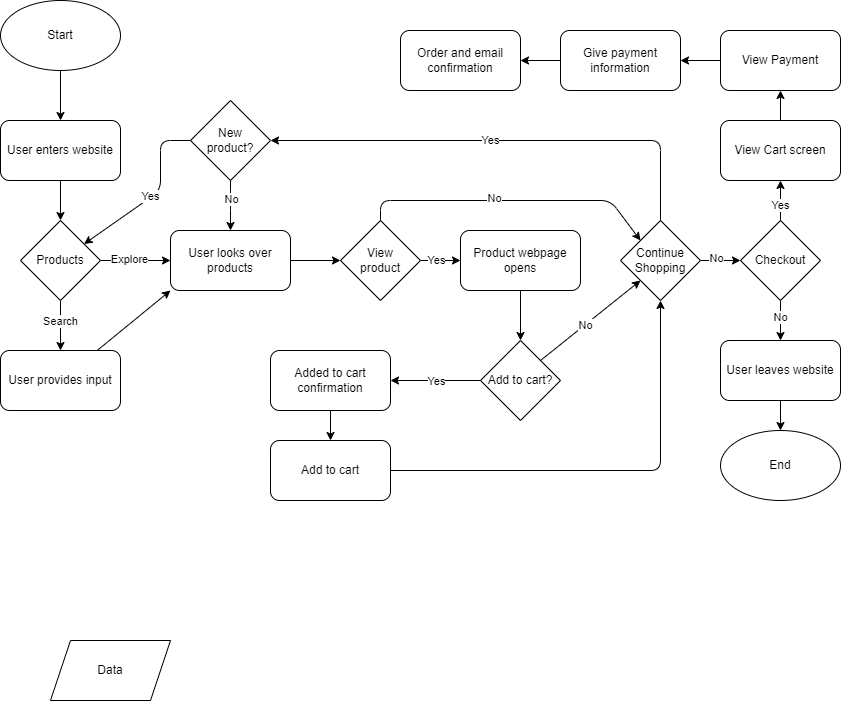
The draw.io diagram explore/diagramming/diagram.drawio.png in jonathan-ty/sp25-cse110-lab4, before a commit. Source tidied: cells renumbered, new cells last; positions are measured from the earlier drawing's top-left corner, leaving out a move shared by most shapes.
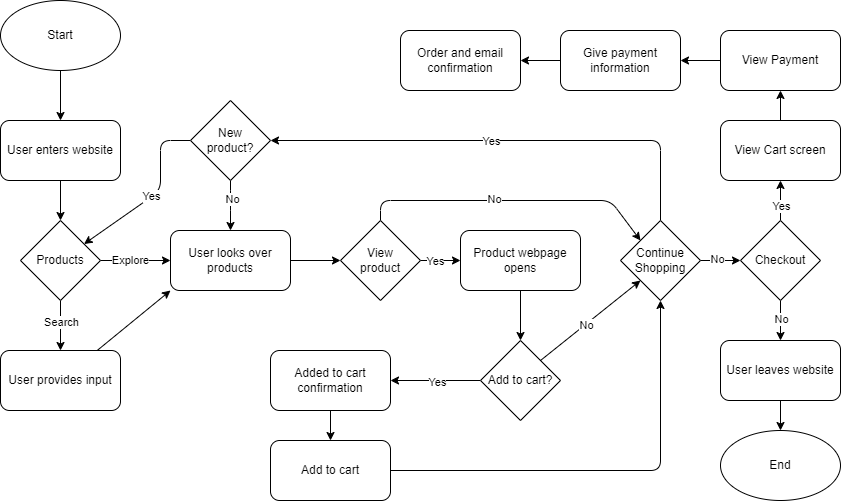
The same file after the commit.

Change to the diagram source:
```diff
@@ -31,9 +31,6 @@
     <mxCell id="10" value="Products" style="rhombus;whiteSpace=wrap;html=1;" parent="1" vertex="1">
       <mxGeometry x="20" y="220" width="80" height="80" as="geometry" />
     </mxCell>
-    <mxCell id="11" value="Data" style="shape=parallelogram;perimeter=parallelogramPerimeter;whiteSpace=wrap;html=1;fixedSize=1;" parent="1" vertex="1">
-      <mxGeometry x="50" y="640" width="120" height="60" as="geometry" />
-    </mxCell>
     <mxCell id="12" value="End" style="ellipse;whiteSpace=wrap;html=1;" parent="1" vertex="1">
       <mxGeometry x="720" y="430" width="120" height="70" as="geometry" />
     </mxCell>
```
